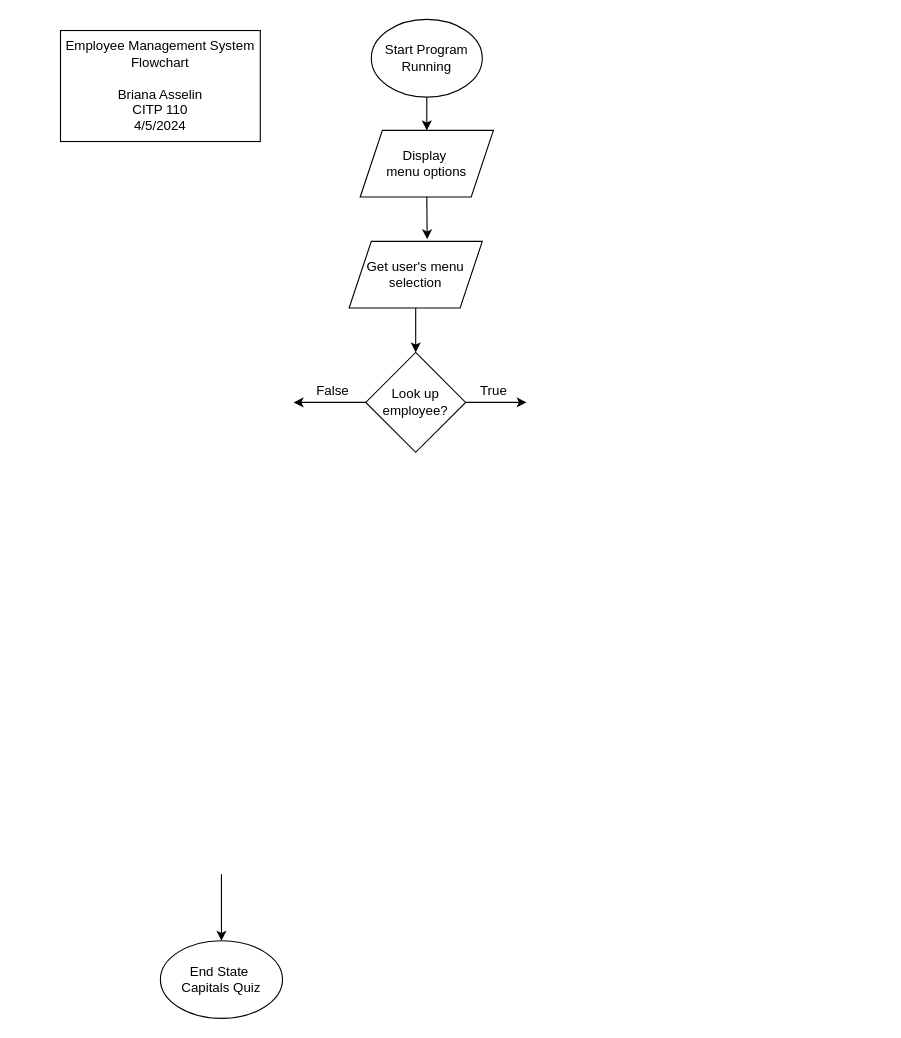
basselin2/IntroToPythonLCC keeps this draw.io diagram as EmployeeMgmtSystemFlowchart.drawio. Above is the earlier version. Source tidied: cells renumbered, new cells numbered last; positions are measured from the earlier drawing's top-left corner, leaving out a move shared by most shapes. Both pictures are drawn from the tidied source at 111%, with x=0, y=0 at pixel (60, 19).
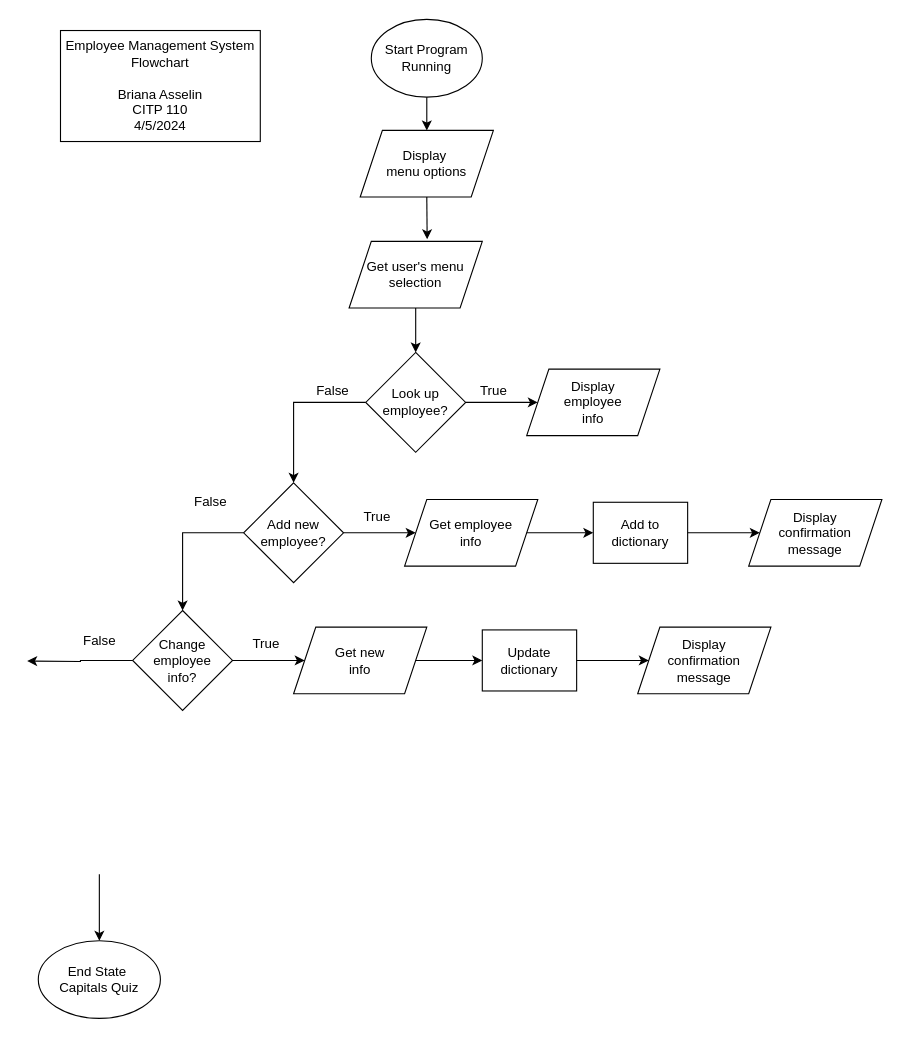
The same page after the edit.

The change refers to these unchanged cells:
```xml
<mxCell id="10" value="Look up employee?" style="rhombus;whiteSpace=wrap;html=1;" parent="1" vertex="1">
  <mxGeometry x="275" y="300" width="90" height="90" as="geometry" />
</mxCell>
```

Change to the diagram source:
```diff
@@
     <mxCell id="4" value="End State&amp;nbsp;&lt;div&gt;Capitals Quiz&lt;/div&gt;" style="ellipse;whiteSpace=wrap;html=1;" parent="1" vertex="1">
-      <mxGeometry x="90" y="830" width="110" height="70" as="geometry" />
+      <mxGeometry x="-20" y="830" width="110" height="70" as="geometry" />
     </mxCell>
@@
-    <mxCell id="8" style="edgeStyle=orthogonalEdgeStyle;rounded=0;jettySize=auto;html=1;" parent="1" edge="1" source="10">
-      <mxGeometry relative="1" as="geometry">
-        <mxPoint x="420" y="345" as="targetPoint" />
-      </mxGeometry>
+    <mxCell id="8" style="edgeStyle=orthogonalEdgeStyle;rounded=0;jettySize=auto;html=1;entryX=0;entryY=0.5;entryDx=0;entryDy=0;" parent="1" edge="1" source="10" target="16">
+      <mxGeometry relative="1" as="geometry" />
     </mxCell>
-    <mxCell id="9" style="edgeStyle=orthogonalEdgeStyle;rounded=0;jettySize=auto;html=1;" parent="1" edge="1" source="10">
-      <mxGeometry relative="1" as="geometry">
-        <mxPoint x="210" y="345" as="targetPoint" />
-      </mxGeometry>
+    <mxCell id="9" style="edgeStyle=orthogonalEdgeStyle;rounded=0;jettySize=auto;html=1;entryX=0.5;entryY=0;entryDx=0;entryDy=0;" parent="1" edge="1" source="10" target="19">
+      <mxGeometry relative="1" as="geometry" />
     </mxCell>
@@
     <mxCell id="14" style="endArrow=classic;html=1;rounded=0;exitX=0.5;exitY=1;exitDx=0;exitDy=0;entryX=0.5;entryY=0;entryDx=0;entryDy=0;" parent="1" edge="1" target="4">
       <mxGeometry relative="1" as="geometry">
-        <mxPoint x="145" y="770" as="sourcePoint" />
+        <mxPoint x="35" y="770" as="sourcePoint" />
       </mxGeometry>
     </mxCell>
@@
+    <mxCell id="16" value="Display&lt;div&gt;employee&lt;/div&gt;&lt;div&gt;info&lt;/div&gt;" style="shape=parallelogram;perimeter=parallelogramPerimeter;whiteSpace=wrap;html=1;fixedSize=1;" parent="1" vertex="1">
+      <mxGeometry x="420" y="315" width="120" height="60" as="geometry" />
+    </mxCell>
+    <mxCell id="17" style="edgeStyle=orthogonalEdgeStyle;rounded=0;jettySize=auto;html=1;entryX=0;entryY=0.5;entryDx=0;entryDy=0;" parent="1" edge="1" source="19" target="24">
+      <mxGeometry relative="1" as="geometry" />
+    </mxCell>
+    <mxCell id="18" style="edgeStyle=orthogonalEdgeStyle;rounded=0;jettySize=auto;html=1;entryX=0.5;entryY=0;entryDx=0;entryDy=0;" parent="1" edge="1" source="19" target="29">
+      <mxGeometry relative="1" as="geometry" />
+    </mxCell>
+    <mxCell id="19" value="Add&amp;nbsp;&lt;span style=&quot;background-color: initial;&quot;&gt;new&lt;/span&gt;&lt;div&gt;employee?&lt;/div&gt;" style="rhombus;whiteSpace=wrap;html=1;" parent="1" vertex="1">
+      <mxGeometry x="165" y="417.5" width="90" height="90" as="geometry" />
+    </mxCell>
+    <mxCell id="20" value="True" style="text;html=1;align=center;verticalAlign=middle;strokeColor=none;fillColor=none;" parent="1" vertex="1">
+      <mxGeometry x="260" y="432.5" width="50" height="30" as="geometry" />
+    </mxCell>
+    <mxCell id="21" value="False" style="text;html=1;align=center;verticalAlign=middle;strokeColor=none;fillColor=none;" parent="1" vertex="1">
+      <mxGeometry x="110" y="420" width="50" height="30" as="geometry" />
+    </mxCell>
+    <mxCell id="22" value="Display&lt;div&gt;confirmation&lt;/div&gt;&lt;div&gt;message&lt;/div&gt;" style="shape=parallelogram;perimeter=parallelogramPerimeter;whiteSpace=wrap;html=1;fixedSize=1;" parent="1" vertex="1">
+      <mxGeometry x="620" y="432.5" width="120" height="60" as="geometry" />
+    </mxCell>
+    <mxCell id="23" value="Add to&lt;div&gt;dictionary&lt;/div&gt;" style="rounded=0;whiteSpace=wrap;html=1;" parent="1" vertex="1">
+      <mxGeometry x="480" y="435" width="85" height="55" as="geometry" />
+    </mxCell>
+    <mxCell id="24" value="Get employee&lt;div&gt;info&lt;/div&gt;" style="shape=parallelogram;perimeter=parallelogramPerimeter;whiteSpace=wrap;html=1;fixedSize=1;" parent="1" vertex="1">
+      <mxGeometry x="310" y="432.5" width="120" height="60" as="geometry" />
+    </mxCell>
+    <mxCell id="25" style="endArrow=classic;html=1;rounded=0;exitX=1;exitY=0.5;exitDx=0;exitDy=0;entryX=0;entryY=0.5;entryDx=0;entryDy=0;" parent="1" edge="1" source="24" target="23">
+      <mxGeometry relative="1" as="geometry" />
+    </mxCell>
+    <mxCell id="26" style="endArrow=classic;html=1;rounded=0;exitX=1;exitY=0.5;exitDx=0;exitDy=0;entryX=0;entryY=0.5;entryDx=0;entryDy=0;" parent="1" edge="1" source="23" target="22">
+      <mxGeometry relative="1" as="geometry" />
+    </mxCell>
+    <mxCell id="27" style="edgeStyle=orthogonalEdgeStyle;rounded=0;jettySize=auto;html=1;entryX=0;entryY=0.5;entryDx=0;entryDy=0;" parent="1" edge="1" source="29" target="34">
+      <mxGeometry relative="1" as="geometry" />
+    </mxCell>
+    <mxCell id="28" style="edgeStyle=orthogonalEdgeStyle;rounded=0;jettySize=auto;html=1;" parent="1" edge="1" source="29">
+      <mxGeometry relative="1" as="geometry">
+        <mxPoint x="-30" y="578" as="targetPoint" />
+      </mxGeometry>
+    </mxCell>
+    <mxCell id="29" value="Change&lt;div&gt;employee&lt;/div&gt;&lt;div&gt;info?&lt;/div&gt;" style="rhombus;whiteSpace=wrap;html=1;" parent="1" vertex="1">
+      <mxGeometry x="65" y="532.5" width="90" height="90" as="geometry" />
+    </mxCell>
+    <mxCell id="30" value="True" style="text;html=1;align=center;verticalAlign=middle;strokeColor=none;fillColor=none;" parent="1" vertex="1">
+      <mxGeometry x="160" y="547.5" width="50" height="30" as="geometry" />
+    </mxCell>
+    <mxCell id="31" value="False" style="text;html=1;align=center;verticalAlign=middle;strokeColor=none;fillColor=none;" parent="1" vertex="1">
+      <mxGeometry x="10" y="545" width="50" height="30" as="geometry" />
+    </mxCell>
+    <mxCell id="32" value="Display&lt;div&gt;confirmation&lt;/div&gt;&lt;div&gt;message&lt;/div&gt;" style="shape=parallelogram;perimeter=parallelogramPerimeter;whiteSpace=wrap;html=1;fixedSize=1;" parent="1" vertex="1">
+      <mxGeometry x="520" y="547.5" width="120" height="60" as="geometry" />
+    </mxCell>
+    <mxCell id="33" value="&lt;div&gt;Update&lt;/div&gt;&lt;div&gt;dictionary&lt;/div&gt;" style="rounded=0;whiteSpace=wrap;html=1;" parent="1" vertex="1">
+      <mxGeometry x="380" y="550" width="85" height="55" as="geometry" />
+    </mxCell>
+    <mxCell id="34" value="Get new&lt;div&gt;info&lt;/div&gt;" style="shape=parallelogram;perimeter=parallelogramPerimeter;whiteSpace=wrap;html=1;fixedSize=1;" parent="1" vertex="1">
+      <mxGeometry x="210" y="547.5" width="120" height="60" as="geometry" />
+    </mxCell>
+    <mxCell id="35" style="endArrow=classic;html=1;rounded=0;exitX=1;exitY=0.5;exitDx=0;exitDy=0;entryX=0;entryY=0.5;entryDx=0;entryDy=0;" parent="1" edge="1" source="34" target="33">
+      <mxGeometry relative="1" as="geometry" />
+    </mxCell>
+    <mxCell id="36" style="endArrow=classic;html=1;rounded=0;exitX=1;exitY=0.5;exitDx=0;exitDy=0;entryX=0;entryY=0.5;entryDx=0;entryDy=0;" parent="1" edge="1" source="33" target="32">
+      <mxGeometry relative="1" as="geometry" />
+    </mxCell>
```
